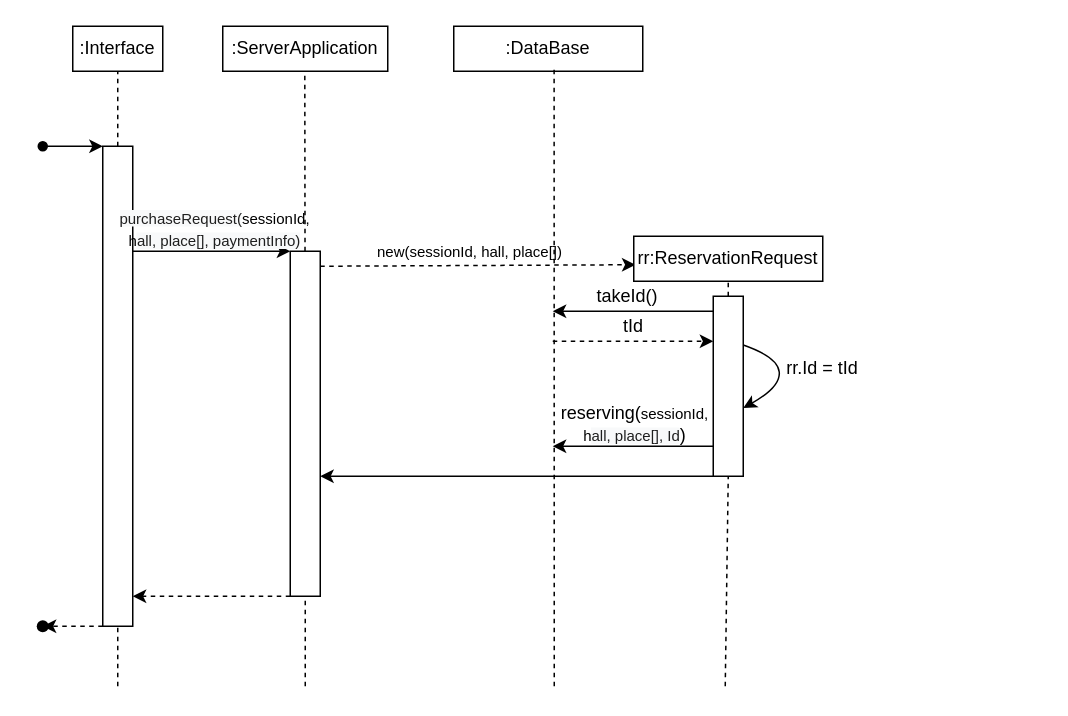
The draw.io diagram page "BuyingInitialization" (2 of 3) of Диаграмма_последовательности_5.drawio in ANDaniell/-design-practice, before the edit. Source tidied: cells renumbered, new cells numbered last; positions are measured from the earlier drawing's top-left corner, leaving out a move shared by most shapes. Both pictures are drawn from the tidied source at 150%, with x=0, y=0 at pixel (27, 26).
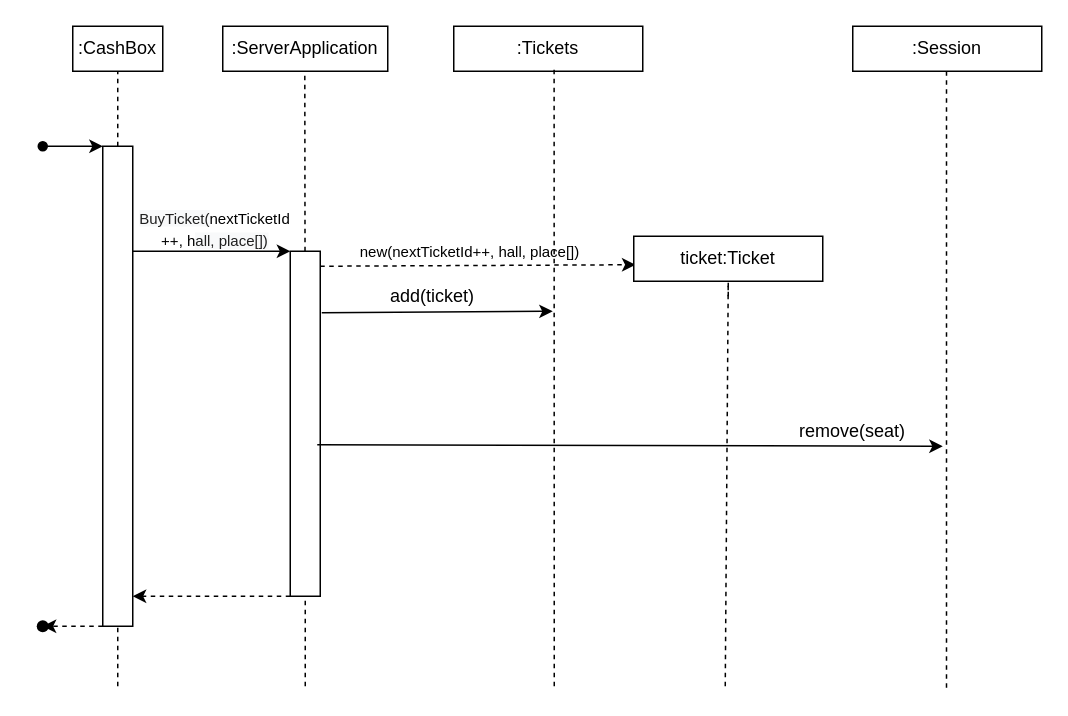
Above is the later version.

Unchanged cells that the change refers to:
```xml
<mxCell id="16" style="rounded=0;whiteSpace=wrap;html=1;" parent="1" vertex="1">
  <mxGeometry x="175" y="150" width="20" height="230" as="geometry" />
</mxCell>
```

What changed in the source:
```diff
@@
-    <mxCell id="3" value=":Interface" style="text;html=1;align=center;verticalAlign=middle;whiteSpace=wrap;rounded=0;" parent="1" vertex="1">
+    <mxCell id="3" value=":CashBox" style="text;html=1;align=center;verticalAlign=middle;whiteSpace=wrap;rounded=0;" parent="1" vertex="1">
       <mxGeometry x="30" width="60" height="30" as="geometry" />
     </mxCell>
@@
-    <mxCell id="18" value=":DataBase" style="text;html=1;align=center;verticalAlign=middle;whiteSpace=wrap;rounded=0;" parent="1" vertex="1">
+    <mxCell id="18" value=":Tickets" style="text;html=1;align=center;verticalAlign=middle;whiteSpace=wrap;rounded=0;" parent="1" vertex="1">
       <mxGeometry x="284" width="126" height="30" as="geometry" />
     </mxCell>
@@
-    <mxCell id="20" value="&lt;div&gt;&lt;font style=&quot;font-size: 10px;&quot;&gt;&lt;span style=&quot;color: rgb(31, 31, 31); font-family: Arial, sans-serif; text-align: left; white-space-collapse: preserve; background-color: rgb(248, 249, 250);&quot;&gt;&lt;font style=&quot;&quot;&gt;purchaseRequest(&lt;/font&gt;&lt;/span&gt;&lt;span style=&quot;background-color: initial;&quot;&gt;sessionId, h&lt;/span&gt;&lt;span style=&quot;background-color: rgb(248, 249, 250); color: rgb(31, 31, 31); font-family: Arial, sans-serif; text-align: left; white-space-collapse: preserve;&quot;&gt;all, place[], paymentInfo)&lt;/span&gt;&lt;/font&gt;&lt;/div&gt;" style="text;html=1;align=center;verticalAlign=middle;whiteSpace=wrap;rounded=0;" parent="1" vertex="1">
+    <mxCell id="20" value="&lt;div&gt;&lt;font style=&quot;font-size: 10px;&quot;&gt;&lt;span style=&quot;color: rgb(31, 31, 31); font-family: Arial, sans-serif; text-align: left; white-space-collapse: preserve; background-color: rgb(248, 249, 250);&quot;&gt;&lt;font style=&quot;&quot;&gt;BuyTicket(&lt;/font&gt;&lt;/span&gt;&lt;span style=&quot;background-color: initial;&quot;&gt;nextTicketId&lt;/span&gt;&lt;/font&gt;&lt;/div&gt;&lt;div&gt;&lt;font style=&quot;font-size: 10px;&quot;&gt;&lt;span style=&quot;background-color: initial;&quot;&gt;++, h&lt;/span&gt;&lt;span style=&quot;background-color: rgb(248, 249, 250); color: rgb(31, 31, 31); font-family: Arial, sans-serif; text-align: left; white-space-collapse: preserve;&quot;&gt;all, place[])&lt;/span&gt;&lt;/font&gt;&lt;/div&gt;" style="text;html=1;align=center;verticalAlign=middle;whiteSpace=wrap;rounded=0;" parent="1" vertex="1">
       <mxGeometry x="70" y="120" width="110" height="30" as="geometry" />
     </mxCell>
@@
-    <mxCell id="22" value="rr:ReservationRequest" style="rounded=0;whiteSpace=wrap;html=1;" parent="1" vertex="1">
+    <mxCell id="22" value="ticket:Ticket" style="rounded=0;whiteSpace=wrap;html=1;" parent="1" vertex="1">
       <mxGeometry x="404" y="140" width="126" height="30" as="geometry" />
     </mxCell>
-    <mxCell id="23" value="&lt;font style=&quot;font-size: 10px;&quot;&gt;new(sessionId, hall, place[])&lt;/font&gt;" style="text;html=1;align=center;verticalAlign=middle;whiteSpace=wrap;rounded=0;" parent="1" vertex="1">
+    <mxCell id="23" value="&lt;font style=&quot;font-size: 10px;&quot;&gt;new(nextTicketId++, hall, place[])&lt;/font&gt;" style="text;html=1;align=center;verticalAlign=middle;whiteSpace=wrap;rounded=0;" parent="1" vertex="1">
       <mxGeometry x="180" y="140" width="230" height="20" as="geometry" />
     </mxCell>
-    <mxCell id="24" style="endArrow=none;dashed=1;html=1;rounded=0;entryX=0.5;entryY=1;entryDx=0;entryDy=0;" parent="1" edge="1" source="26" target="22">
-      <mxGeometry relative="1" as="geometry" />
+    <mxCell id="24" style="endArrow=none;dashed=1;html=1;rounded=0;entryX=0.5;entryY=1;entryDx=0;entryDy=0;" parent="1" edge="1" target="22">
+      <mxGeometry relative="1" as="geometry">
+        <mxPoint x="467" y="180" as="sourcePoint" />
+      </mxGeometry>
     </mxCell>
-    <mxCell id="25" style="endArrow=none;dashed=1;html=1;rounded=0;entryX=0.5;entryY=1;entryDx=0;entryDy=0;" parent="1" edge="1" target="26">
+    <mxCell id="25" style="endArrow=none;dashed=1;html=1;rounded=0;entryX=0.5;entryY=1;entryDx=0;entryDy=0;" parent="1" edge="1" target="22">
       <mxGeometry relative="1" as="geometry">
         <mxPoint x="465" y="440" as="sourcePoint" />
       </mxGeometry>
     </mxCell>
-    <mxCell id="26" style="rounded=0;whiteSpace=wrap;html=1;" parent="1" vertex="1">
-      <mxGeometry x="457" y="180" width="20" height="120" as="geometry" />
-    </mxCell>
-    <mxCell id="27" style="endArrow=classic;html=1;rounded=0;" parent="1" edge="1">
+    <mxCell id="27" style="endArrow=classic;html=1;rounded=0;exitX=1.05;exitY=0.178;exitDx=0;exitDy=0;exitPerimeter=0;" parent="1" edge="1" source="16">
       <mxGeometry relative="1" as="geometry">
-        <mxPoint x="457" y="190" as="sourcePoint" />
         <mxPoint x="350" y="190" as="targetPoint" />
       </mxGeometry>
     </mxCell>
-    <mxCell id="28" value="takeId()" style="text;html=1;align=center;verticalAlign=middle;whiteSpace=wrap;rounded=0;" parent="1" vertex="1">
-      <mxGeometry x="370" y="170" width="60" height="20" as="geometry" />
+    <mxCell id="28" value="add(ticket)" style="text;html=1;align=center;verticalAlign=middle;whiteSpace=wrap;rounded=0;" parent="1" vertex="1">
+      <mxGeometry x="240" y="170" width="60" height="20" as="geometry" />
     </mxCell>
-    <mxCell id="29" style="curved=1;endArrow=classic;html=1;rounded=0;entryX=0.983;entryY=0.629;entryDx=0;entryDy=0;entryPerimeter=0;exitX=1;exitY=0.25;exitDx=0;exitDy=0;" parent="1" edge="1">
-      <mxGeometry relative="1" as="geometry">
-        <mxPoint x="477" y="212.5" as="sourcePoint" />
-        <mxPoint x="477" y="254.5" as="targetPoint" />
-        <Array as="points">
-          <mxPoint x="500" y="220.5" />
-          <mxPoint x="502" y="240.5" />
-        </Array>
-      </mxGeometry>
-    </mxCell>
-    <mxCell id="30" value="rr.Id = tId" style="text;html=1;align=center;verticalAlign=middle;whiteSpace=wrap;rounded=0;" parent="1" vertex="1">
-      <mxGeometry x="500" y="220" width="60" height="15" as="geometry" />
-    </mxCell>
-    <mxCell id="31" style="endArrow=classic;html=1;rounded=0;dashed=1;entryX=0;entryY=0.25;entryDx=0;entryDy=0;" parent="1" edge="1" target="26">
-      <mxGeometry relative="1" as="geometry">
-        <mxPoint x="350" y="210" as="sourcePoint" />
-      </mxGeometry>
-    </mxCell>
-    <mxCell id="32" value="tId" style="text;html=1;align=center;verticalAlign=middle;whiteSpace=wrap;rounded=0;" parent="1" vertex="1">
-      <mxGeometry x="389" y="190" width="30" height="20" as="geometry" />
-    </mxCell>
-    <mxCell id="33" style="endArrow=classic;html=1;rounded=0;entryX=1.021;entryY=0.471;entryDx=0;entryDy=0;entryPerimeter=0;" parent="1" edge="1">
-      <mxGeometry relative="1" as="geometry">
-        <mxPoint x="457" y="300" as="sourcePoint" />
-        <mxPoint x="195" y="300" as="targetPoint" />
-      </mxGeometry>
-    </mxCell>
-    <mxCell id="34" value="reserving(&lt;span style=&quot;font-size: 10px; background-color: initial;&quot;&gt;sessionId, h&lt;/span&gt;&lt;span style=&quot;font-size: 10px; white-space-collapse: preserve; background-color: rgb(248, 249, 250); color: rgb(31, 31, 31); font-family: Arial, sans-serif; text-align: left;&quot;&gt;all, place[], Id&lt;/span&gt;)" style="text;html=1;align=center;verticalAlign=middle;whiteSpace=wrap;rounded=0;" parent="1" vertex="1">
-      <mxGeometry x="350" y="250" width="110" height="30" as="geometry" />
-    </mxCell>
-    <mxCell id="35" style="endArrow=classic;html=1;rounded=0;" parent="1" edge="1">
+    <mxCell id="35" style="endArrow=classic;html=1;rounded=0;exitX=0.9;exitY=0.561;exitDx=0;exitDy=0;exitPerimeter=0;" parent="1" edge="1" source="16">
       <mxGeometry relative="1" as="geometry">
-        <mxPoint x="457" y="280" as="sourcePoint" />
-        <mxPoint x="350" y="280" as="targetPoint" />
+        <mxPoint x="610" y="280" as="targetPoint" />
       </mxGeometry>
     </mxCell>
+    <mxCell id="36" style="rounded=0;whiteSpace=wrap;html=1;" parent="1" vertex="1">
+      <mxGeometry x="550" width="126" height="30" as="geometry" />
+    </mxCell>
+    <mxCell id="37" value=":Session" style="text;html=1;align=center;verticalAlign=middle;whiteSpace=wrap;rounded=0;" parent="1" vertex="1">
+      <mxGeometry x="550" width="126" height="30" as="geometry" />
+    </mxCell>
+    <mxCell id="38" style="endArrow=none;dashed=1;html=1;rounded=0;entryX=0.531;entryY=0.957;entryDx=0;entryDy=0;entryPerimeter=0;" parent="1" edge="1">
+      <mxGeometry relative="1" as="geometry">
+        <mxPoint x="612.5" y="441" as="sourcePoint" />
+        <mxPoint x="612.5" y="30" as="targetPoint" />
+      </mxGeometry>
+    </mxCell>
+    <mxCell id="39" value="remove(seat)" style="text;html=1;align=center;verticalAlign=middle;whiteSpace=wrap;rounded=0;" parent="1" vertex="1">
+      <mxGeometry x="520" y="260" width="60" height="20" as="geometry" />
+    </mxCell>
```
